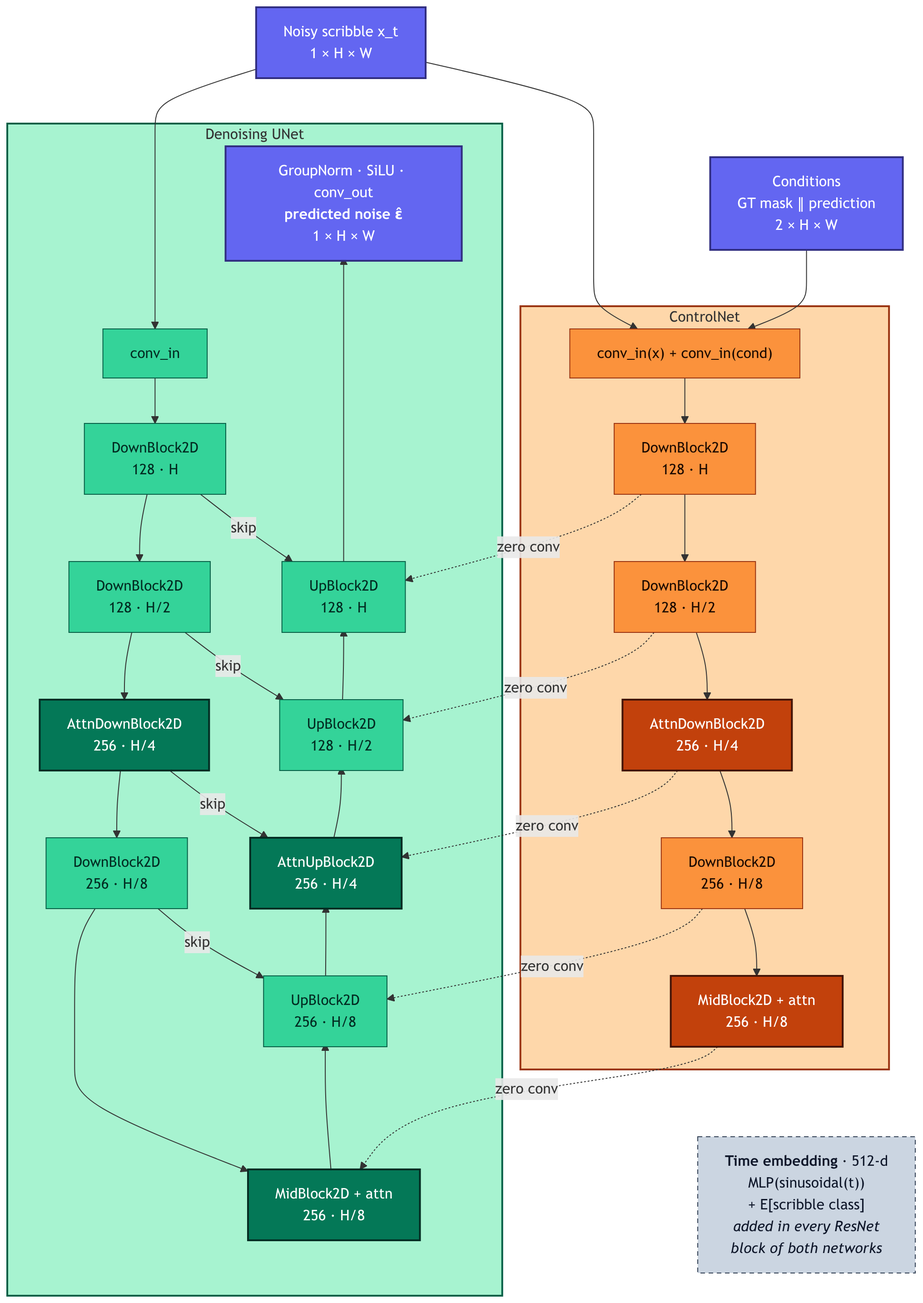
The Mermaid diagram docs/unetControlnetBold.png in mtaal/scribble-diffusion, before a commit. Its source is kept beside it as docs/unetControlnetBold.mmd.
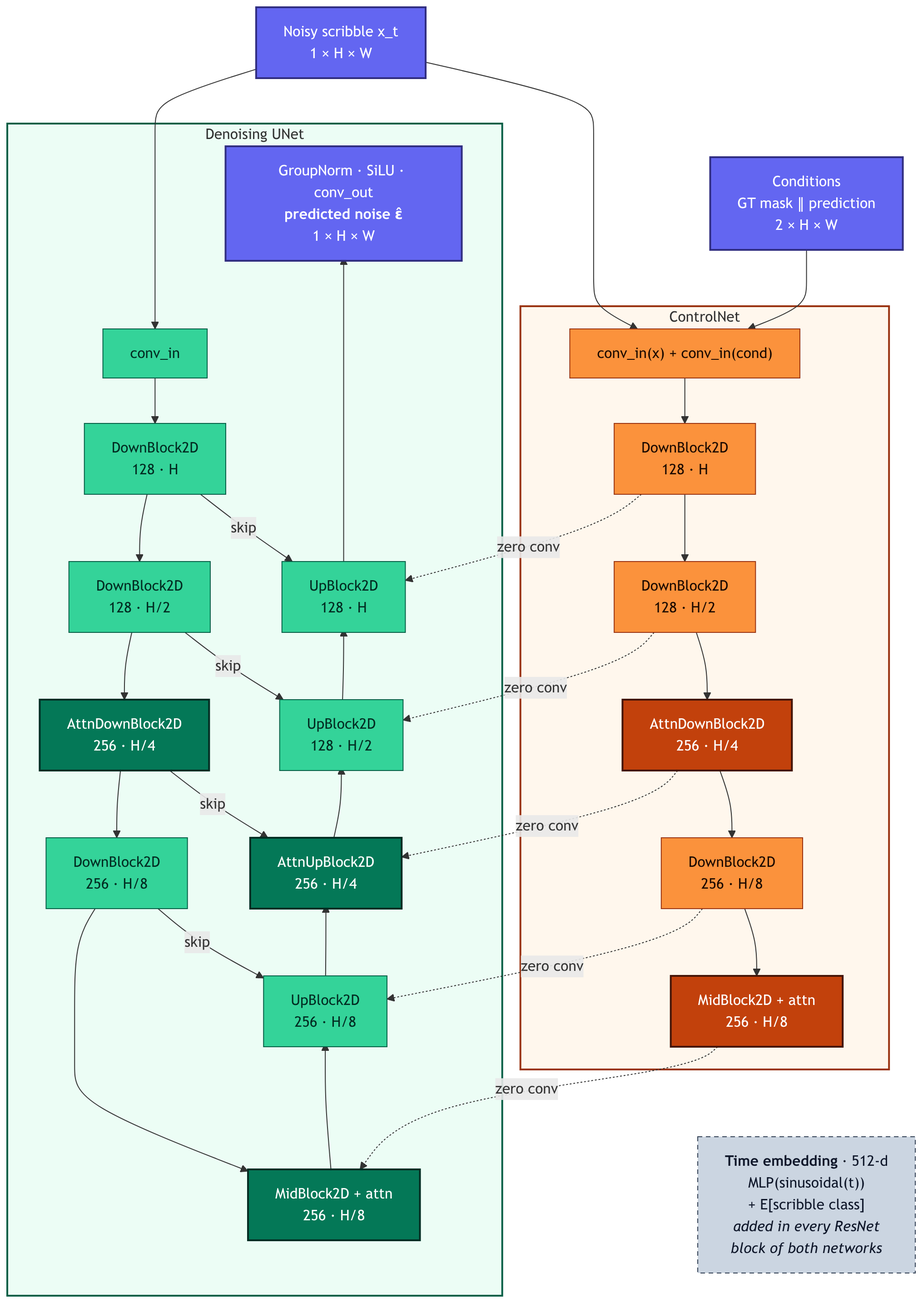
The same file after the commit.

Commit message:
Lighten subgraph backgrounds in architecture diagram

The edit, as a diff of the source:
```diff
@@ -53,5 +53,5 @@
     class CD3,CMID cattn
     class UIN,UD1,UD2,UD4,UU1,UU3,UU4 unet
     class UD3,UMID,UU2 attn
-    style CN fill:#fed7aa,stroke:#9a3412,stroke-width:2px
-    style UNET fill:#a7f3d0,stroke:#065f46,stroke-width:2px
+    style CN fill:#fff7ed,stroke:#9a3412,stroke-width:2px
+    style UNET fill:#ecfdf5,stroke:#065f46,stroke-width:2px
```
